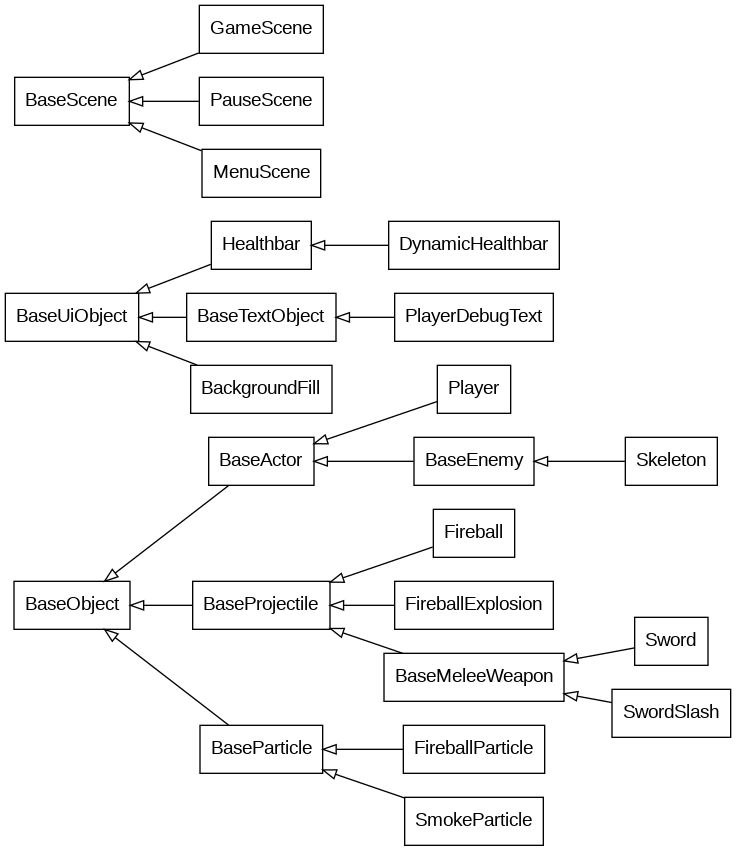
This is inheritance.gv.png from lachfoy/2dgameABANDONED, a Graphviz export, as it was before one commit. Its source is kept beside it as inheritance.gv.
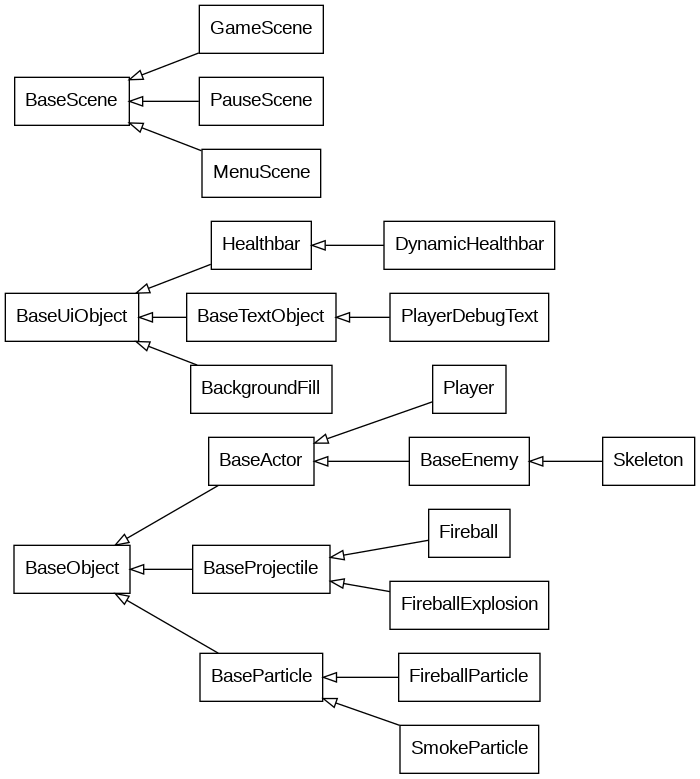
After the change.

What changed in the source:
```diff
@@ -6,9 +6,8 @@
     subgraph objects {
         BaseObject->{BaseActor, BaseProjectile, BaseParticle}
         BaseActor->{Player, BaseEnemy}
-        BaseProjectile->{Fireball, FireballExplosion, BaseMeleeWeapon}
+        BaseProjectile->{Fireball, FireballExplosion}
         BaseParticle->{FireballParticle, SmokeParticle}
-        BaseMeleeWeapon->{Sword, SwordSlash}
         BaseEnemy->Skeleton
     }
 
```
